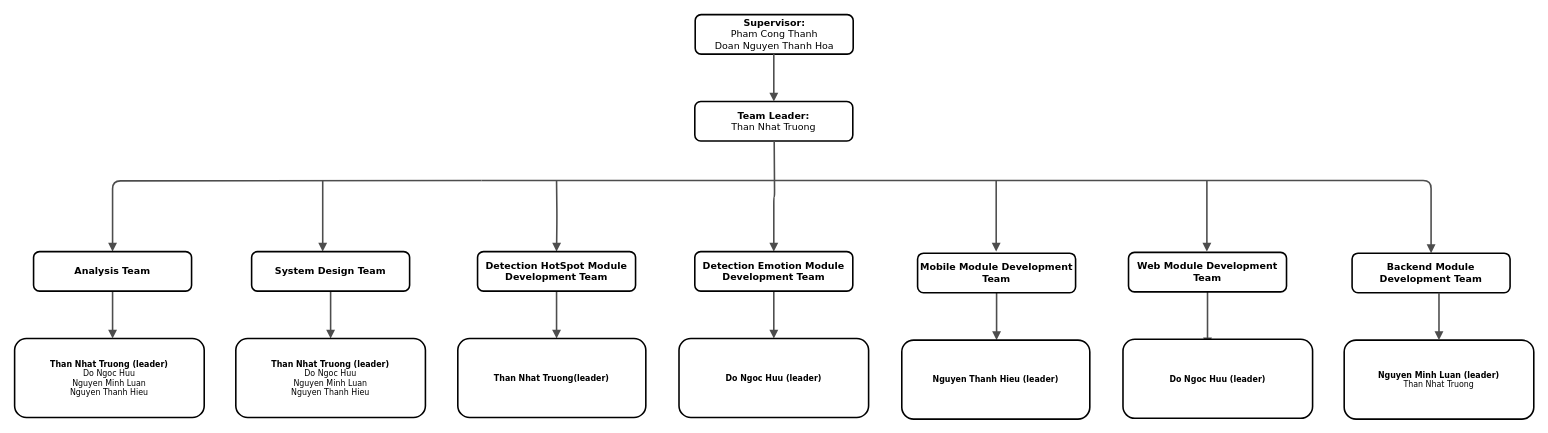
This is Users/TruongTN/teamstrure.drawio from luannmdev/CapstoneDocument, a draw.io file, before an edit. Source tidied: cells renumbered, new cells numbered last; positions are measured from the earlier drawing's top-left corner, leaving out a move shared by most shapes. Both pictures are drawn from the tidied source at 79%, with x=0, y=0 at pixel (14, 14).
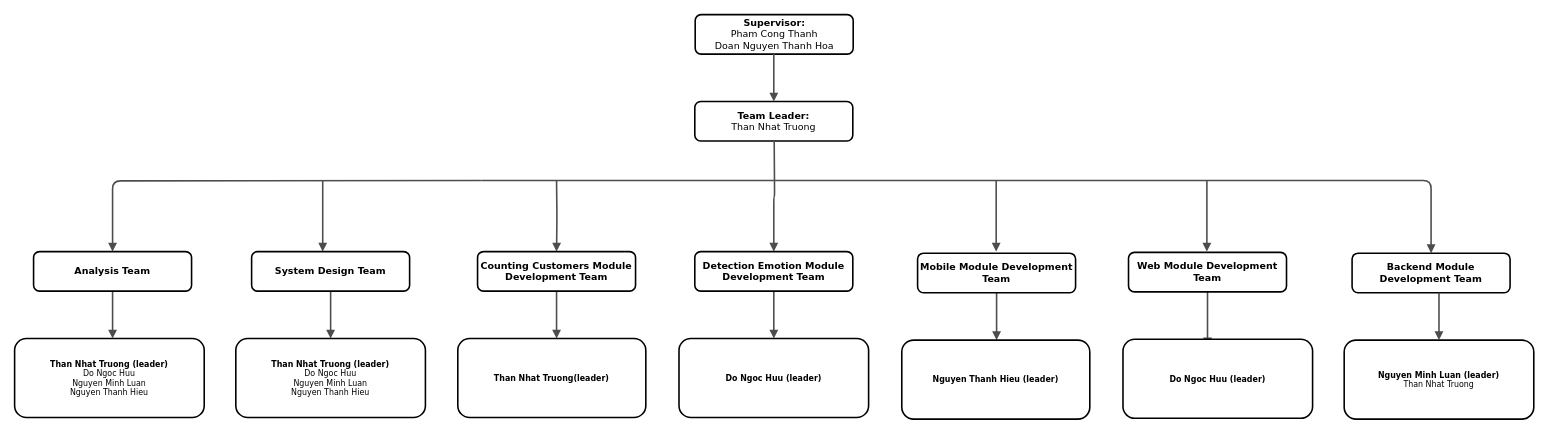
The same diagram, later.

Diff of the diagram source:
```diff
@@
-    <mxCell id="14" value="Detection HotSpot Module Development Team" style="whiteSpace=wrap;html=1;rounded=1;shadow=0;comic=0;strokeWidth=2;fontFamily=Verdana;align=center;fontSize=12;fontStyle=1;" parent="1" vertex="1">
+    <mxCell id="14" value="Counting Customers Module Development Team" style="whiteSpace=wrap;html=1;rounded=1;shadow=0;comic=0;strokeWidth=2;fontFamily=Verdana;align=center;fontSize=12;fontStyle=1;" parent="1" vertex="1">
       <mxGeometry x="586" y="300" width="200" height="50" as="geometry" />
     </mxCell>
```
